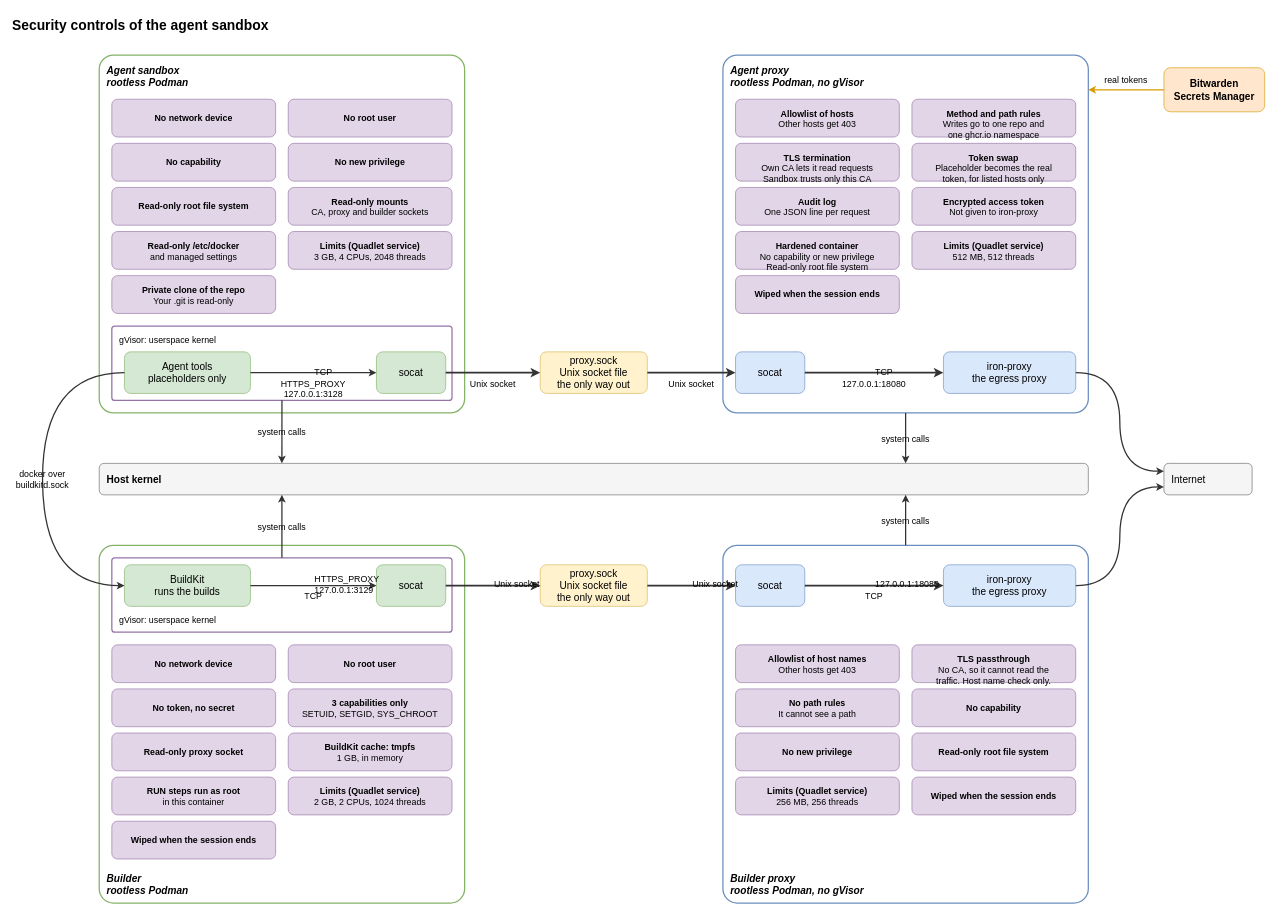
Before: .sandbox/docs/diagrams/security-controls.drawio in raghav19/engineersdaybook, a draw.io diagram. Source tidied: cells renumbered, new cells numbered last; positions are measured from the earlier drawing's top-left corner, leaving out a move shared by most shapes. Both pictures are drawn from the tidied source at 63%, with x=0, y=0 at pixel (11, 11).
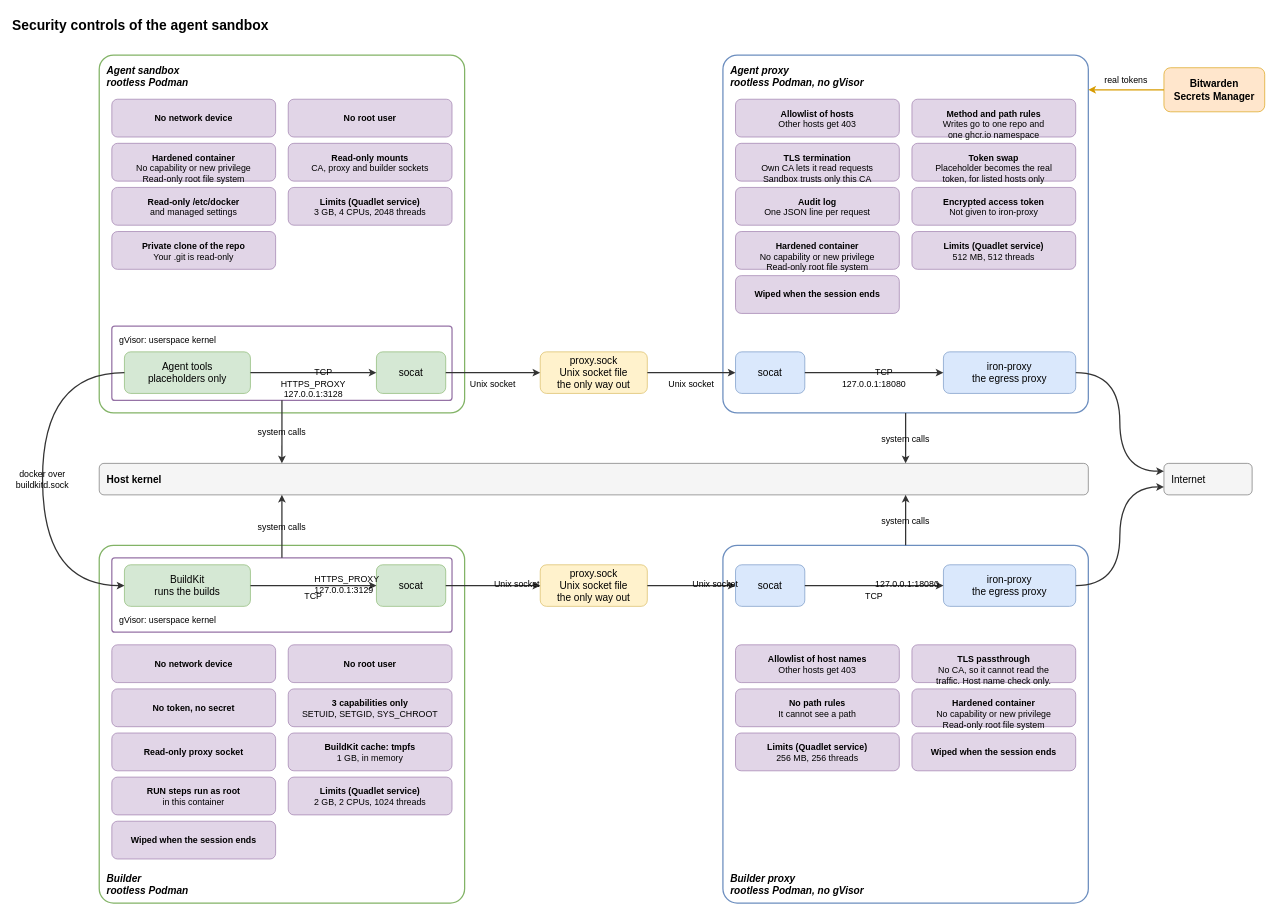
Above is the later version.

Commit message (it also covers changes not shown here):
sandbox: use one hardening box and one arrow thickness in the controls diagram

The agent sandbox, the agent proxy and the builder proxy show their
hardening in one Hardened container box. The builder keeps its own boxes,
because it differs. All arrows are 2 px thick.

The change refers to these unchanged cells:
```xml
<mxCell id="4" value="socat" style="rounded=1;whiteSpace=wrap;html=0;fontSize=16;fillColor=#dae8fc;strokeColor=#6c8ebf;" parent="1" vertex="1">
  <mxGeometry x="1150" y="541" width="110" height="66" as="geometry" />
</mxCell>
<mxCell id="14" value="iron-proxy&#10;the egress proxy" style="rounded=1;whiteSpace=wrap;html=0;fontSize=16;fillColor=#dae8fc;strokeColor=#6c8ebf;" parent="1" vertex="1">
  <mxGeometry x="1480" y="541" width="210" height="66" as="geometry" />
</mxCell>
<mxCell id="16" value="socat" style="rounded=1;whiteSpace=wrap;html=0;fontSize=16;fillColor=#dae8fc;strokeColor=#6c8ebf;" parent="1" vertex="1">
  <mxGeometry x="1150" y="879" width="110" height="66" as="geometry" />
</mxCell>
<mxCell id="25" value="iron-proxy&#10;the egress proxy" style="rounded=1;whiteSpace=wrap;html=0;fontSize=16;fillColor=#dae8fc;strokeColor=#6c8ebf;" parent="1" vertex="1">
  <mxGeometry x="1480" y="879" width="210" height="66" as="geometry" />
</mxCell>
<mxCell id="38" value="socat" style="rounded=1;whiteSpace=wrap;html=0;fontSize=16;fillColor=#d5e8d4;strokeColor=#82b366;" parent="1" vertex="1">
  <mxGeometry x="580" y="541" width="110" height="66" as="geometry" />
</mxCell>
<mxCell id="51" value="socat" style="rounded=1;whiteSpace=wrap;html=0;fontSize=16;fillColor=#d5e8d4;strokeColor=#82b366;" parent="1" vertex="1">
  <mxGeometry x="580" y="879" width="110" height="66" as="geometry" />
</mxCell>
<mxCell id="52" value="proxy.sock&#10;Unix socket file&#10;the only way out" style="rounded=1;whiteSpace=wrap;html=0;fontSize=16;fillColor=#fff2cc;strokeColor=#d6b656;" parent="1" vertex="1">
  <mxGeometry x="840" y="541" width="170" height="66" as="geometry" />
</mxCell>
<mxCell id="53" value="proxy.sock&#10;Unix socket file&#10;the only way out" style="rounded=1;whiteSpace=wrap;html=0;fontSize=16;fillColor=#fff2cc;strokeColor=#d6b656;" parent="1" vertex="1">
  <mxGeometry x="840" y="879" width="170" height="66" as="geometry" />
</mxCell>
```

What changed in the source:
```diff
@@
-    <mxCell id="20" value="&lt;b&gt;No capability&lt;/b&gt;" style="rounded=1;whiteSpace=wrap;html=1;fontSize=14;fillColor=#e1d5e7;strokeColor=#9673a6;align=center;verticalAlign=middle;" parent="1" vertex="1">
+    <mxCell id="20" value="&lt;b&gt;Hardened container&lt;/b&gt;&lt;br&gt;No capability or new privilege&lt;br&gt;Read-only root file system" style="rounded=1;whiteSpace=wrap;html=1;fontSize=14;fillColor=#e1d5e7;strokeColor=#9673a6;align=center;verticalAlign=top;spacingTop=8;" parent="1" vertex="1">
       <mxGeometry x="1430" y="1076" width="260" height="60" as="geometry" />
     </mxCell>
-    <mxCell id="21" value="&lt;b&gt;No new privilege&lt;/b&gt;" style="rounded=1;whiteSpace=wrap;html=1;fontSize=14;fillColor=#e1d5e7;strokeColor=#9673a6;align=center;verticalAlign=middle;" parent="1" vertex="1">
+    <mxCell id="21" value="&lt;b&gt;Limits (Quadlet service)&lt;/b&gt;&lt;br&gt;256 MB, 256 threads" style="rounded=1;whiteSpace=wrap;html=1;fontSize=14;fillColor=#e1d5e7;strokeColor=#9673a6;align=center;verticalAlign=top;spacingTop=8;" parent="1" vertex="1">
       <mxGeometry x="1150" y="1146" width="260" height="60" as="geometry" />
     </mxCell>
-    <mxCell id="22" value="&lt;b&gt;Read-only root file system&lt;/b&gt;" style="rounded=1;whiteSpace=wrap;html=1;fontSize=14;fillColor=#e1d5e7;strokeColor=#9673a6;align=center;verticalAlign=middle;" parent="1" vertex="1">
+    <mxCell id="22" value="&lt;b&gt;Wiped when the session ends&lt;/b&gt;" style="rounded=1;whiteSpace=wrap;html=1;fontSize=14;fillColor=#e1d5e7;strokeColor=#9673a6;align=center;verticalAlign=middle;" parent="1" vertex="1">
       <mxGeometry x="1430" y="1146" width="260" height="60" as="geometry" />
     </mxCell>
-    <mxCell id="23" value="&lt;b&gt;Limits (Quadlet service)&lt;/b&gt;&lt;br&gt;256 MB, 256 threads" style="rounded=1;whiteSpace=wrap;html=1;fontSize=14;fillColor=#e1d5e7;strokeColor=#9673a6;align=center;verticalAlign=top;spacingTop=8;" parent="1" vertex="1">
-      <mxGeometry x="1150" y="1216" width="260" height="60" as="geometry" />
-    </mxCell>
-    <mxCell id="24" value="&lt;b&gt;Wiped when the session ends&lt;/b&gt;" style="rounded=1;whiteSpace=wrap;html=1;fontSize=14;fillColor=#e1d5e7;strokeColor=#9673a6;align=center;verticalAlign=middle;" parent="1" vertex="1">
-      <mxGeometry x="1430" y="1216" width="260" height="60" as="geometry" />
-    </mxCell>
@@
-    <mxCell id="30" value="&lt;b&gt;No capability&lt;/b&gt;" style="rounded=1;whiteSpace=wrap;html=1;fontSize=14;fillColor=#e1d5e7;strokeColor=#9673a6;align=center;verticalAlign=middle;" parent="1" vertex="1">
+    <mxCell id="30" value="&lt;b&gt;Hardened container&lt;/b&gt;&lt;br&gt;No capability or new privilege&lt;br&gt;Read-only root file system" style="rounded=1;whiteSpace=wrap;html=1;fontSize=14;fillColor=#e1d5e7;strokeColor=#9673a6;align=center;verticalAlign=top;spacingTop=8;" parent="1" vertex="1">
       <mxGeometry x="160" y="210" width="260" height="60" as="geometry" />
     </mxCell>
-    <mxCell id="31" value="&lt;b&gt;No new privilege&lt;/b&gt;" style="rounded=1;whiteSpace=wrap;html=1;fontSize=14;fillColor=#e1d5e7;strokeColor=#9673a6;align=center;verticalAlign=middle;" parent="1" vertex="1">
+    <mxCell id="31" value="&lt;b&gt;Read-only mounts&lt;/b&gt;&lt;br&gt;CA, proxy and builder sockets" style="rounded=1;whiteSpace=wrap;html=1;fontSize=14;fillColor=#e1d5e7;strokeColor=#9673a6;align=center;verticalAlign=top;spacingTop=8;" parent="1" vertex="1">
       <mxGeometry x="440" y="210" width="260" height="60" as="geometry" />
     </mxCell>
-    <mxCell id="32" value="&lt;b&gt;Read-only root file system&lt;/b&gt;" style="rounded=1;whiteSpace=wrap;html=1;fontSize=14;fillColor=#e1d5e7;strokeColor=#9673a6;align=center;verticalAlign=middle;" parent="1" vertex="1">
+    <mxCell id="32" value="&lt;b&gt;Read-only /etc/docker&lt;/b&gt;&lt;br&gt;and managed settings" style="rounded=1;whiteSpace=wrap;html=1;fontSize=14;fillColor=#e1d5e7;strokeColor=#9673a6;align=center;verticalAlign=top;spacingTop=8;" parent="1" vertex="1">
       <mxGeometry x="160" y="280" width="260" height="60" as="geometry" />
     </mxCell>
-    <mxCell id="33" value="&lt;b&gt;Read-only mounts&lt;/b&gt;&lt;br&gt;CA, proxy and builder sockets" style="rounded=1;whiteSpace=wrap;html=1;fontSize=14;fillColor=#e1d5e7;strokeColor=#9673a6;align=center;verticalAlign=top;spacingTop=8;" parent="1" vertex="1">
+    <mxCell id="33" value="&lt;b&gt;Limits (Quadlet service)&lt;/b&gt;&lt;br&gt;3 GB, 4 CPUs, 2048 threads" style="rounded=1;whiteSpace=wrap;html=1;fontSize=14;fillColor=#e1d5e7;strokeColor=#9673a6;align=center;verticalAlign=top;spacingTop=8;" parent="1" vertex="1">
       <mxGeometry x="440" y="280" width="260" height="60" as="geometry" />
     </mxCell>
-    <mxCell id="34" value="&lt;b&gt;Read-only /etc/docker&lt;/b&gt;&lt;br&gt;and managed settings" style="rounded=1;whiteSpace=wrap;html=1;fontSize=14;fillColor=#e1d5e7;strokeColor=#9673a6;align=center;verticalAlign=top;spacingTop=8;" parent="1" vertex="1">
+    <mxCell id="34" value="&lt;b&gt;Private clone of the repo&lt;/b&gt;&lt;br&gt;Your .git is read-only" style="rounded=1;whiteSpace=wrap;html=1;fontSize=14;fillColor=#e1d5e7;strokeColor=#9673a6;align=center;verticalAlign=top;spacingTop=8;" parent="1" vertex="1">
       <mxGeometry x="160" y="350" width="260" height="60" as="geometry" />
     </mxCell>
-    <mxCell id="35" value="&lt;b&gt;Limits (Quadlet service)&lt;/b&gt;&lt;br&gt;3 GB, 4 CPUs, 2048 threads" style="rounded=1;whiteSpace=wrap;html=1;fontSize=14;fillColor=#e1d5e7;strokeColor=#9673a6;align=center;verticalAlign=top;spacingTop=8;" parent="1" vertex="1">
-      <mxGeometry x="440" y="350" width="260" height="60" as="geometry" />
-    </mxCell>
-    <mxCell id="36" value="&lt;b&gt;Private clone of the repo&lt;/b&gt;&lt;br&gt;Your .git is read-only" style="rounded=1;whiteSpace=wrap;html=1;fontSize=14;fillColor=#e1d5e7;strokeColor=#9673a6;align=center;verticalAlign=top;spacingTop=8;" parent="1" vertex="1">
-      <mxGeometry x="160" y="420" width="260" height="60" as="geometry" />
-    </mxCell>
@@
-    <mxCell id="58" value="Unix socket" style="edgeStyle=orthogonalEdgeStyle;rounded=1;curved=1;html=0;labelBackgroundColor=none;defaultLabelBackgroundColor=gap;fontSize=14;strokeWidth=3;strokeColor=#333333;exitX=1;exitY=0.5;exitDx=0;exitDy=0;entryX=0;entryY=0.5;entryDx=0;entryDy=0;" parent="1" edge="1" source="38" target="52">
+    <mxCell id="58" value="Unix socket" style="edgeStyle=orthogonalEdgeStyle;rounded=1;curved=1;html=0;labelBackgroundColor=none;defaultLabelBackgroundColor=gap;fontSize=14;strokeWidth=2;strokeColor=#333333;exitX=1;exitY=0.5;exitDx=0;exitDy=0;entryX=0;entryY=0.5;entryDx=0;entryDy=0;" parent="1" edge="1" source="38" target="52">
       <mxGeometry y="-16.5" relative="1" as="geometry" />
     </mxCell>
-    <mxCell id="59" value="Unix socket" style="edgeStyle=orthogonalEdgeStyle;rounded=1;curved=1;html=0;labelBackgroundColor=none;defaultLabelBackgroundColor=gap;fontSize=14;strokeWidth=3;strokeColor=#333333;exitX=1;exitY=0.5;exitDx=0;exitDy=0;entryX=0;entryY=0.5;entryDx=0;entryDy=0;" parent="1" edge="1" source="52" target="4">
+    <mxCell id="59" value="Unix socket" style="edgeStyle=orthogonalEdgeStyle;rounded=1;curved=1;html=0;labelBackgroundColor=none;defaultLabelBackgroundColor=gap;fontSize=14;strokeWidth=2;strokeColor=#333333;exitX=1;exitY=0.5;exitDx=0;exitDy=0;entryX=0;entryY=0.5;entryDx=0;entryDy=0;" parent="1" edge="1" source="52" target="4">
       <mxGeometry y="-16.5" relative="1" as="geometry" />
     </mxCell>
-    <mxCell id="60" value="127.0.0.1:18080" style="edgeStyle=orthogonalEdgeStyle;rounded=1;curved=1;html=0;labelBackgroundColor=none;defaultLabelBackgroundColor=gap;fontSize=14;strokeWidth=3;strokeColor=#333333;exitX=1;exitY=0.5;exitDx=0;exitDy=0;entryX=0;entryY=0.5;entryDx=0;entryDy=0;" parent="1" edge="1" source="4" target="14">
+    <mxCell id="60" value="127.0.0.1:18080" style="edgeStyle=orthogonalEdgeStyle;rounded=1;curved=1;html=0;labelBackgroundColor=none;defaultLabelBackgroundColor=gap;fontSize=14;strokeWidth=2;strokeColor=#333333;exitX=1;exitY=0.5;exitDx=0;exitDy=0;entryX=0;entryY=0.5;entryDx=0;entryDy=0;" parent="1" edge="1" source="4" target="14">
       <mxGeometry y="-16.5" relative="1" as="geometry" />
     </mxCell>
@@
-    <mxCell id="64" style="edgeStyle=orthogonalEdgeStyle;rounded=1;curved=1;html=0;labelBackgroundColor=none;defaultLabelBackgroundColor=gap;fontSize=14;strokeWidth=3;strokeColor=#333333;exitX=1;exitY=0.5;exitDx=0;exitDy=0;entryX=0;entryY=0.5;entryDx=0;entryDy=0;" parent="1" edge="1" source="51" target="53">
+    <mxCell id="64" style="edgeStyle=orthogonalEdgeStyle;rounded=1;curved=1;html=0;labelBackgroundColor=none;defaultLabelBackgroundColor=gap;fontSize=14;strokeWidth=2;strokeColor=#333333;exitX=1;exitY=0.5;exitDx=0;exitDy=0;entryX=0;entryY=0.5;entryDx=0;entryDy=0;" parent="1" edge="1" source="51" target="53">
       <mxGeometry y="-16.5" relative="1" as="geometry" />
     </mxCell>
-    <mxCell id="65" style="edgeStyle=orthogonalEdgeStyle;rounded=1;curved=1;html=0;labelBackgroundColor=none;defaultLabelBackgroundColor=gap;fontSize=14;strokeWidth=3;strokeColor=#333333;exitX=1;exitY=0.5;exitDx=0;exitDy=0;entryX=0;entryY=0.5;entryDx=0;entryDy=0;" parent="1" edge="1" source="53" target="16">
+    <mxCell id="65" style="edgeStyle=orthogonalEdgeStyle;rounded=1;curved=1;html=0;labelBackgroundColor=none;defaultLabelBackgroundColor=gap;fontSize=14;strokeWidth=2;strokeColor=#333333;exitX=1;exitY=0.5;exitDx=0;exitDy=0;entryX=0;entryY=0.5;entryDx=0;entryDy=0;" parent="1" edge="1" source="53" target="16">
       <mxGeometry y="-16.5" relative="1" as="geometry" />
     </mxCell>
-    <mxCell id="66" value="TCP" style="edgeStyle=orthogonalEdgeStyle;rounded=1;curved=1;html=0;labelBackgroundColor=none;defaultLabelBackgroundColor=gap;fontSize=14;strokeWidth=3;strokeColor=#333333;exitX=1;exitY=0.5;exitDx=0;exitDy=0;entryX=0;entryY=0.5;entryDx=0;entryDy=0;" parent="1" edge="1" source="16" target="25">
+    <mxCell id="66" value="TCP" style="edgeStyle=orthogonalEdgeStyle;rounded=1;curved=1;html=0;labelBackgroundColor=none;defaultLabelBackgroundColor=gap;fontSize=14;strokeWidth=2;strokeColor=#333333;exitX=1;exitY=0.5;exitDx=0;exitDy=0;entryX=0;entryY=0.5;entryDx=0;entryDy=0;" parent="1" edge="1" source="16" target="25">
       <mxGeometry y="-16.5" relative="1" as="geometry" />
     </mxCell>
```
